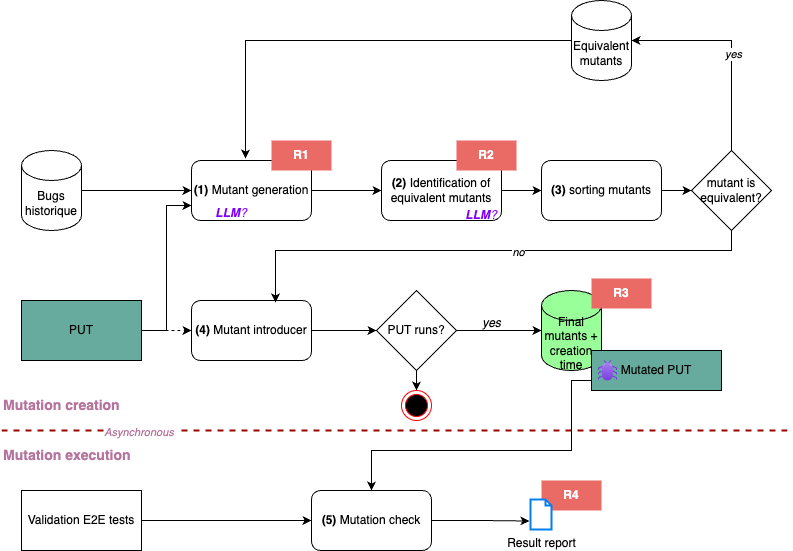
Earlier version of the draw.io export figure/methodology.png (aurpur/mutation_testing_paper). Source tidied: cells renumbered, new cells last; positions are measured from the earlier drawing's top-left corner, leaving out a move shared by most shapes. The source it was exported from:
```xml
<mxGraphModel>
  <root>
    <mxCell id="0" />
    <mxCell id="1" parent="0" />
    <mxCell id="2" style="edgeStyle=orthogonalEdgeStyle;rounded=0;jettySize=auto;html=1;" parent="1" edge="1" source="3" target="5">
      <mxGeometry relative="1" as="geometry" />
    </mxCell>
    <mxCell id="3" value="&lt;b&gt;(1)&lt;/b&gt; Mutant generation" style="rounded=1;whiteSpace=wrap;html=1;" parent="1" vertex="1">
      <mxGeometry x="190" y="160" width="120" height="60" as="geometry" />
    </mxCell>
    <mxCell id="4" style="edgeStyle=orthogonalEdgeStyle;rounded=0;jettySize=auto;html=1;" parent="1" edge="1" source="5" target="7">
      <mxGeometry relative="1" as="geometry" />
    </mxCell>
    <mxCell id="5" value="&lt;b&gt;(2)&lt;/b&gt; Identification of equivalent mutants" style="rounded=1;whiteSpace=wrap;html=1;" parent="1" vertex="1">
      <mxGeometry x="380" y="160" width="120" height="60" as="geometry" />
    </mxCell>
    <mxCell id="6" style="edgeStyle=orthogonalEdgeStyle;rounded=0;jettySize=auto;html=1;" parent="1" edge="1" source="7" target="25">
      <mxGeometry relative="1" as="geometry" />
    </mxCell>
    <mxCell id="7" value="&lt;b&gt;(3)&lt;/b&gt; sorting mutants" style="rounded=1;whiteSpace=wrap;html=1;" parent="1" vertex="1">
      <mxGeometry x="540" y="160" width="120" height="60" as="geometry" />
    </mxCell>
    <mxCell id="8" value="Equivalent mutants" style="shape=cylinder3;whiteSpace=wrap;html=1;boundedLbl=1;backgroundOutline=1;size=15;" parent="1" vertex="1">
      <mxGeometry x="570" width="60" height="80" as="geometry" />
    </mxCell>
    <mxCell id="9" style="edgeStyle=orthogonalEdgeStyle;rounded=0;jettySize=auto;html=1;entryX=0.45;entryY=-0.033;entryDx=0;entryDy=0;entryPerimeter=0;" parent="1" edge="1" source="8" target="3">
      <mxGeometry relative="1" as="geometry" />
    </mxCell>
    <mxCell id="10" style="edgeStyle=orthogonalEdgeStyle;rounded=0;jettySize=auto;html=1;entryX=0;entryY=0.5;entryDx=0;entryDy=0;" parent="1" edge="1" source="11" target="3">
      <mxGeometry relative="1" as="geometry" />
    </mxCell>
    <mxCell id="11" value="Bugs historique" style="shape=cylinder3;whiteSpace=wrap;html=1;boundedLbl=1;backgroundOutline=1;size=15;" parent="1" vertex="1">
      <mxGeometry x="20" y="150" width="60" height="80" as="geometry" />
    </mxCell>
    <mxCell id="12" style="edgeStyle=orthogonalEdgeStyle;rounded=0;jettySize=auto;html=1;" parent="1" edge="1" source="13" target="23">
      <mxGeometry relative="1" as="geometry" />
    </mxCell>
    <mxCell id="13" value="&lt;b&gt;(4)&lt;/b&gt; Mutant introducer" style="rounded=1;whiteSpace=wrap;html=1;" parent="1" vertex="1">
      <mxGeometry x="190" y="300" width="120" height="60" as="geometry" />
    </mxCell>
    <mxCell id="14" style="endArrow=none;html=1;rounded=0;dashed=1;fontColor=#B5739D;fontStyle=0;strokeColor=#990000;strokeWidth=2;" parent="1" edge="1">
      <mxGeometry relative="1" as="geometry">
        <mxPoint y="430" as="sourcePoint" />
        <mxPoint x="790" y="430" as="targetPoint" />
      </mxGeometry>
    </mxCell>
    <mxCell id="15" value="&lt;i&gt;&lt;font color=&quot;#b5739d&quot;&gt;Asynchronous&amp;nbsp;&lt;/font&gt;&lt;/i&gt;" style="edgeLabel;html=1;align=center;verticalAlign=middle;" parent="14" vertex="1">
      <mxGeometry x="-0.65" relative="1" as="geometry">
        <mxPoint y="1" as="offset" />
      </mxGeometry>
    </mxCell>
    <mxCell id="16" style="edgeStyle=orthogonalEdgeStyle;rounded=0;jettySize=auto;html=1;dashed=1;" parent="1" edge="1" source="18" target="13">
      <mxGeometry relative="1" as="geometry" />
    </mxCell>
    <mxCell id="17" style="edgeStyle=orthogonalEdgeStyle;rounded=0;jettySize=auto;html=1;entryX=0;entryY=0.75;entryDx=0;entryDy=0;" parent="1" edge="1" source="18" target="3">
      <mxGeometry relative="1" as="geometry" />
    </mxCell>
    <mxCell id="18" value="PUT" style="rounded=0;whiteSpace=wrap;html=1;fillColor=#67AB9F;" parent="1" vertex="1">
      <mxGeometry x="20" y="300" width="120" height="60" as="geometry" />
    </mxCell>
    <mxCell id="19" style="edgeStyle=orthogonalEdgeStyle;rounded=0;jettySize=auto;html=1;entryX=0.5;entryY=0;entryDx=0;entryDy=0;exitX=0;exitY=0.75;exitDx=0;exitDy=0;" parent="1" edge="1" source="44" target="36">
      <mxGeometry relative="1" as="geometry">
        <Array as="points">
          <mxPoint x="570" y="380" />
          <mxPoint x="570" y="450" />
          <mxPoint x="370" y="450" />
        </Array>
      </mxGeometry>
    </mxCell>
    <mxCell id="20" value="Final mutants + creation time" style="shape=cylinder3;whiteSpace=wrap;html=1;boundedLbl=1;backgroundOutline=1;size=15;fillColor=#99FF99;" parent="1" vertex="1">
      <mxGeometry x="540" y="290" width="60" height="80" as="geometry" />
    </mxCell>
    <mxCell id="21" style="edgeStyle=orthogonalEdgeStyle;rounded=0;jettySize=auto;html=1;" parent="1" edge="1" source="23" target="20">
      <mxGeometry relative="1" as="geometry" />
    </mxCell>
    <mxCell id="22" style="edgeStyle=orthogonalEdgeStyle;rounded=0;jettySize=auto;html=1;" parent="1" edge="1" source="23" target="30">
      <mxGeometry relative="1" as="geometry" />
    </mxCell>
    <mxCell id="23" value="PUT runs?" style="rhombus;whiteSpace=wrap;html=1;" parent="1" vertex="1">
      <mxGeometry x="375" y="290" width="80" height="80" as="geometry" />
    </mxCell>
    <mxCell id="24" value="&lt;i&gt;yes&lt;/i&gt;" style="text;html=1;align=center;verticalAlign=middle;strokeColor=none;fillColor=none;" parent="1" vertex="1">
      <mxGeometry x="470" y="308" width="40" height="30" as="geometry" />
    </mxCell>
    <mxCell id="25" value="mutant is equivalent?" style="rhombus;whiteSpace=wrap;html=1;" parent="1" vertex="1">
      <mxGeometry x="690" y="150" width="80" height="80" as="geometry" />
    </mxCell>
    <mxCell id="26" style="edgeStyle=orthogonalEdgeStyle;rounded=0;jettySize=auto;html=1;entryX=1;entryY=0.5;entryDx=0;entryDy=0;entryPerimeter=0;" parent="1" edge="1" source="25" target="8">
      <mxGeometry relative="1" as="geometry">
        <Array as="points">
          <mxPoint x="730" y="40" />
        </Array>
      </mxGeometry>
    </mxCell>
    <mxCell id="27" value="&lt;i&gt;yes&lt;/i&gt;" style="edgeLabel;html=1;align=center;verticalAlign=middle;" parent="26" vertex="1">
      <mxGeometry x="-0.08" y="-1" relative="1" as="geometry" />
    </mxCell>
    <mxCell id="28" style="edgeStyle=orthogonalEdgeStyle;rounded=0;jettySize=auto;html=1;entryX=0.7;entryY=0.033;entryDx=0;entryDy=0;entryPerimeter=0;" parent="1" edge="1" source="25" target="13">
      <mxGeometry relative="1" as="geometry">
        <Array as="points">
          <mxPoint x="730" y="250" />
          <mxPoint x="274" y="250" />
        </Array>
      </mxGeometry>
    </mxCell>
    <mxCell id="29" value="&lt;i&gt;no&lt;/i&gt;" style="edgeLabel;html=1;align=center;verticalAlign=middle;" parent="28" vertex="1">
      <mxGeometry x="-0.11" y="1" relative="1" as="geometry" />
    </mxCell>
    <mxCell id="30" style="ellipse;html=1;shape=endState;fillColor=#000000;strokeColor=#ff0000;" parent="1" vertex="1">
      <mxGeometry x="400" y="390" width="30" height="30" as="geometry" />
    </mxCell>
    <mxCell id="31" value="R1" style="text;html=1;align=center;verticalAlign=middle;whiteSpace=wrap;rounded=0;strokeColor=none;fillColor=#EA6B66;fontStyle=1;fontColor=#FFFFFF;" parent="1" vertex="1">
      <mxGeometry x="270" y="140" width="60" height="30" as="geometry" />
    </mxCell>
    <mxCell id="32" value="R2" style="text;html=1;align=center;verticalAlign=middle;whiteSpace=wrap;rounded=0;strokeColor=none;fillColor=#EA6B66;fontStyle=1;fontColor=#FFFFFF;" parent="1" vertex="1">
      <mxGeometry x="455" y="140" width="60" height="30" as="geometry" />
    </mxCell>
    <mxCell id="33" value="R4" style="text;html=1;align=center;verticalAlign=middle;whiteSpace=wrap;rounded=0;strokeColor=none;fillColor=#EA6B66;fontStyle=1;fontColor=#FFFFFF;" parent="1" vertex="1">
      <mxGeometry x="540" y="480" width="60" height="30" as="geometry" />
    </mxCell>
    <mxCell id="34" value="&lt;b&gt;&lt;font color=&quot;#b5739d&quot; style=&quot;font-size: 14px;&quot;&gt;Mutation creation&lt;/font&gt;&lt;/b&gt;" style="text;html=1;align=left;verticalAlign=middle;whiteSpace=wrap;rounded=0;" parent="1" vertex="1">
      <mxGeometry y="390" width="120" height="30" as="geometry" />
    </mxCell>
    <mxCell id="35" value="&lt;b&gt;&lt;font color=&quot;#b5739d&quot; style=&quot;font-size: 14px;&quot;&gt;Mutation execution&lt;/font&gt;&lt;/b&gt;" style="text;html=1;align=left;verticalAlign=middle;whiteSpace=wrap;rounded=0;" parent="1" vertex="1">
      <mxGeometry y="440" width="150" height="30" as="geometry" />
    </mxCell>
    <mxCell id="36" value="&lt;b&gt;(5)&lt;/b&gt; Mutation check" style="rounded=1;whiteSpace=wrap;html=1;" parent="1" vertex="1">
      <mxGeometry x="310" y="490" width="120" height="60" as="geometry" />
    </mxCell>
    <mxCell id="37" style="edgeStyle=orthogonalEdgeStyle;rounded=0;jettySize=auto;html=1;" parent="1" edge="1" source="38" target="36">
      <mxGeometry relative="1" as="geometry" />
    </mxCell>
    <mxCell id="38" value="Validation E2E tests" style="rounded=0;whiteSpace=wrap;html=1;" parent="1" vertex="1">
      <mxGeometry x="20" y="490" width="120" height="60" as="geometry" />
    </mxCell>
    <mxCell id="39" value="Result report" style="html=1;verticalLabelPosition=bottom;align=center;labelBackgroundColor=#ffffff;verticalAlign=top;strokeWidth=2;strokeColor=#0080F0;shadow=0;dashed=0;shape=mxgraph.ios7.icons.document;" parent="1" vertex="1">
      <mxGeometry x="529" y="499" width="21" height="30" as="geometry" />
    </mxCell>
    <mxCell id="40" style="edgeStyle=orthogonalEdgeStyle;rounded=0;jettySize=auto;html=1;entryX=-0.048;entryY=0.717;entryDx=0;entryDy=0;entryPerimeter=0;" parent="1" edge="1" source="36" target="39">
      <mxGeometry relative="1" as="geometry" />
    </mxCell>
    <mxCell id="41" value="R3" style="text;html=1;align=center;verticalAlign=middle;whiteSpace=wrap;rounded=0;strokeColor=none;fillColor=#EA6B66;fontStyle=1;fontColor=#FFFFFF;" parent="1" vertex="1">
      <mxGeometry x="590" y="278" width="60" height="30" as="geometry" />
    </mxCell>
    <mxCell id="42" value="&lt;i&gt;&lt;font color=&quot;#7f00ff&quot;&gt;&lt;b style=&quot;&quot;&gt;LLM&lt;/b&gt;?&lt;/font&gt;&lt;/i&gt;" style="text;html=1;align=center;verticalAlign=middle;whiteSpace=wrap;rounded=0;" parent="1" vertex="1">
      <mxGeometry x="200" y="198" width="60" height="30" as="geometry" />
    </mxCell>
    <mxCell id="43" value="&lt;i&gt;&lt;font color=&quot;#7f00ff&quot;&gt;&lt;b style=&quot;&quot;&gt;LLM&lt;/b&gt;?&lt;/font&gt;&lt;/i&gt;" style="text;html=1;align=center;verticalAlign=middle;whiteSpace=wrap;rounded=0;" parent="1" vertex="1">
      <mxGeometry x="450" y="200" width="60" height="30" as="geometry" />
    </mxCell>
    <mxCell id="44" value="Mutated PUT" style="rounded=0;whiteSpace=wrap;html=1;fillColor=#67AB9F;" parent="1" vertex="1">
      <mxGeometry x="590" y="350" width="130" height="40" as="geometry" />
    </mxCell>
    <mxCell id="45" style="image;html=1;align=center;fontSize=12;image=img/lib/azure2/general/Bug.svg;imageBackground=none;" parent="1" vertex="1">
      <mxGeometry x="597" y="360" width="19" height="20.6" as="geometry" />
    </mxCell>
  </root>
</mxGraphModel>
```
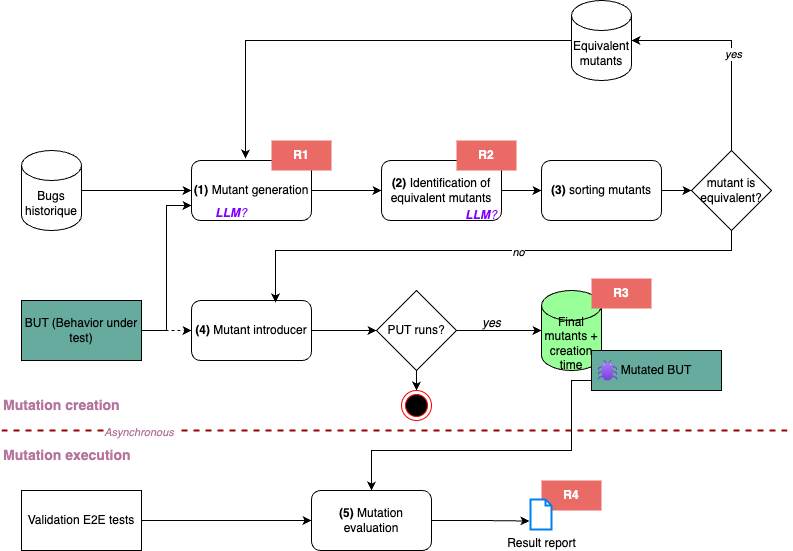
After the commit.

The edit, as a diff of the source:
```diff
@@ -55,7 +55,7 @@
     <mxCell id="17" style="edgeStyle=orthogonalEdgeStyle;rounded=0;jettySize=auto;html=1;entryX=0;entryY=0.75;entryDx=0;entryDy=0;" parent="1" edge="1" source="18" target="3">
       <mxGeometry relative="1" as="geometry" />
     </mxCell>
-    <mxCell id="18" value="PUT" style="rounded=0;whiteSpace=wrap;html=1;fillColor=#67AB9F;" parent="1" vertex="1">
+    <mxCell id="18" value="BUT (Behavior under test)" style="rounded=0;whiteSpace=wrap;html=1;fillColor=#67AB9F;" parent="1" vertex="1">
       <mxGeometry x="20" y="300" width="120" height="60" as="geometry" />
     </mxCell>
     <mxCell id="19" style="edgeStyle=orthogonalEdgeStyle;rounded=0;jettySize=auto;html=1;entryX=0.5;entryY=0;entryDx=0;entryDy=0;exitX=0;exitY=0.75;exitDx=0;exitDy=0;" parent="1" edge="1" source="44" target="36">
@@ -124,7 +124,7 @@
     <mxCell id="35" value="&lt;b&gt;&lt;font color=&quot;#b5739d&quot; style=&quot;font-size: 14px;&quot;&gt;Mutation execution&lt;/font&gt;&lt;/b&gt;" style="text;html=1;align=left;verticalAlign=middle;whiteSpace=wrap;rounded=0;" parent="1" vertex="1">
       <mxGeometry y="440" width="150" height="30" as="geometry" />
     </mxCell>
-    <mxCell id="36" value="&lt;b&gt;(5)&lt;/b&gt; Mutation check" style="rounded=1;whiteSpace=wrap;html=1;" parent="1" vertex="1">
+    <mxCell id="36" value="&lt;b&gt;(5)&lt;/b&gt; Mutation evaluation" style="rounded=1;whiteSpace=wrap;html=1;" parent="1" vertex="1">
       <mxGeometry x="310" y="490" width="120" height="60" as="geometry" />
     </mxCell>
     <mxCell id="37" style="edgeStyle=orthogonalEdgeStyle;rounded=0;jettySize=auto;html=1;" parent="1" edge="1" source="38" target="36">
@@ -148,7 +148,7 @@
     <mxCell id="43" value="&lt;i&gt;&lt;font color=&quot;#7f00ff&quot;&gt;&lt;b style=&quot;&quot;&gt;LLM&lt;/b&gt;?&lt;/font&gt;&lt;/i&gt;" style="text;html=1;align=center;verticalAlign=middle;whiteSpace=wrap;rounded=0;" parent="1" vertex="1">
       <mxGeometry x="450" y="200" width="60" height="30" as="geometry" />
     </mxCell>
-    <mxCell id="44" value="Mutated PUT" style="rounded=0;whiteSpace=wrap;html=1;fillColor=#67AB9F;" parent="1" vertex="1">
+    <mxCell id="44" value="Mutated BUT" style="rounded=0;whiteSpace=wrap;html=1;fillColor=#67AB9F;" parent="1" vertex="1">
       <mxGeometry x="590" y="350" width="130" height="40" as="geometry" />
     </mxCell>
     <mxCell id="45" style="image;html=1;align=center;fontSize=12;image=img/lib/azure2/general/Bug.svg;imageBackground=none;" parent="1" vertex="1">
```
